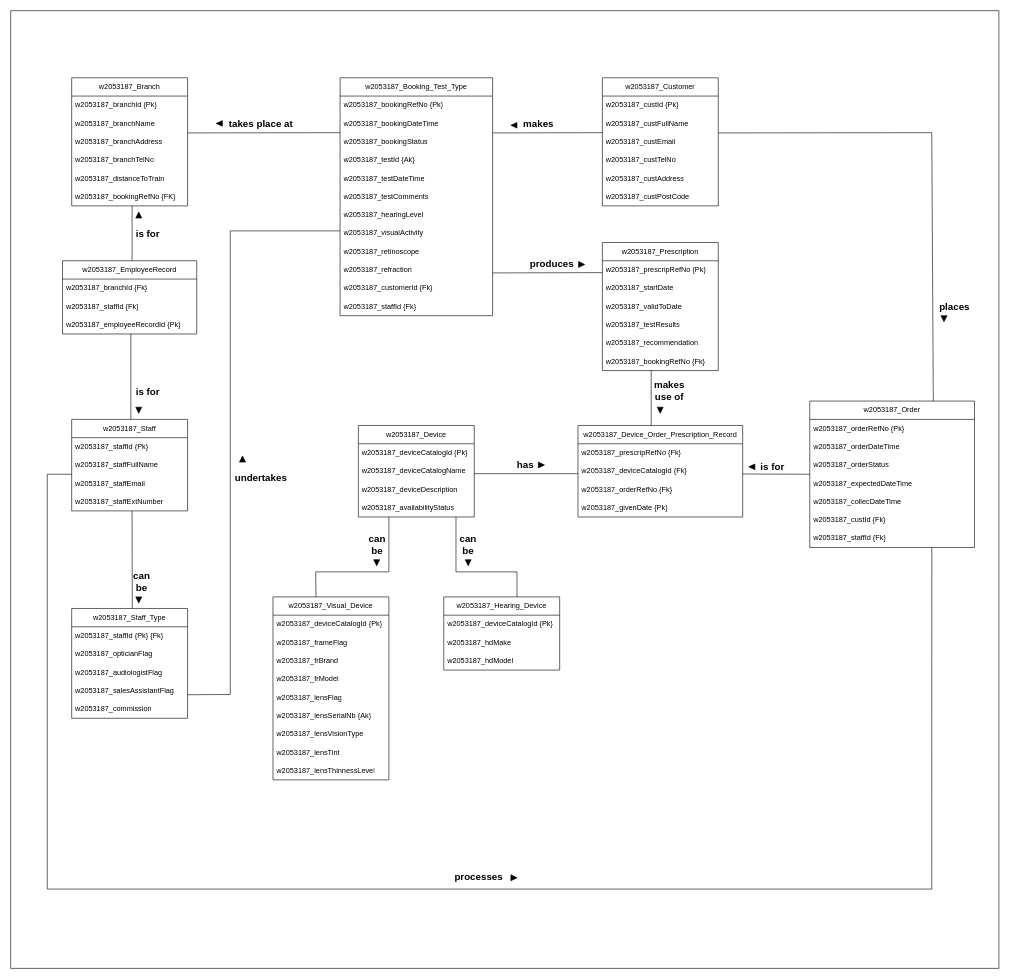
The draw.io diagram Part - II.drawio in ShenalSen/24_5COSC020_CWK, before the edit. Source tidied: cells renumbered, new cells numbered last; positions are measured from the earlier drawing's top-left corner, leaving out a move shared by most shapes. Both pictures are drawn from the tidied source at 61%, with x=0, y=0 at pixel (10, 10).
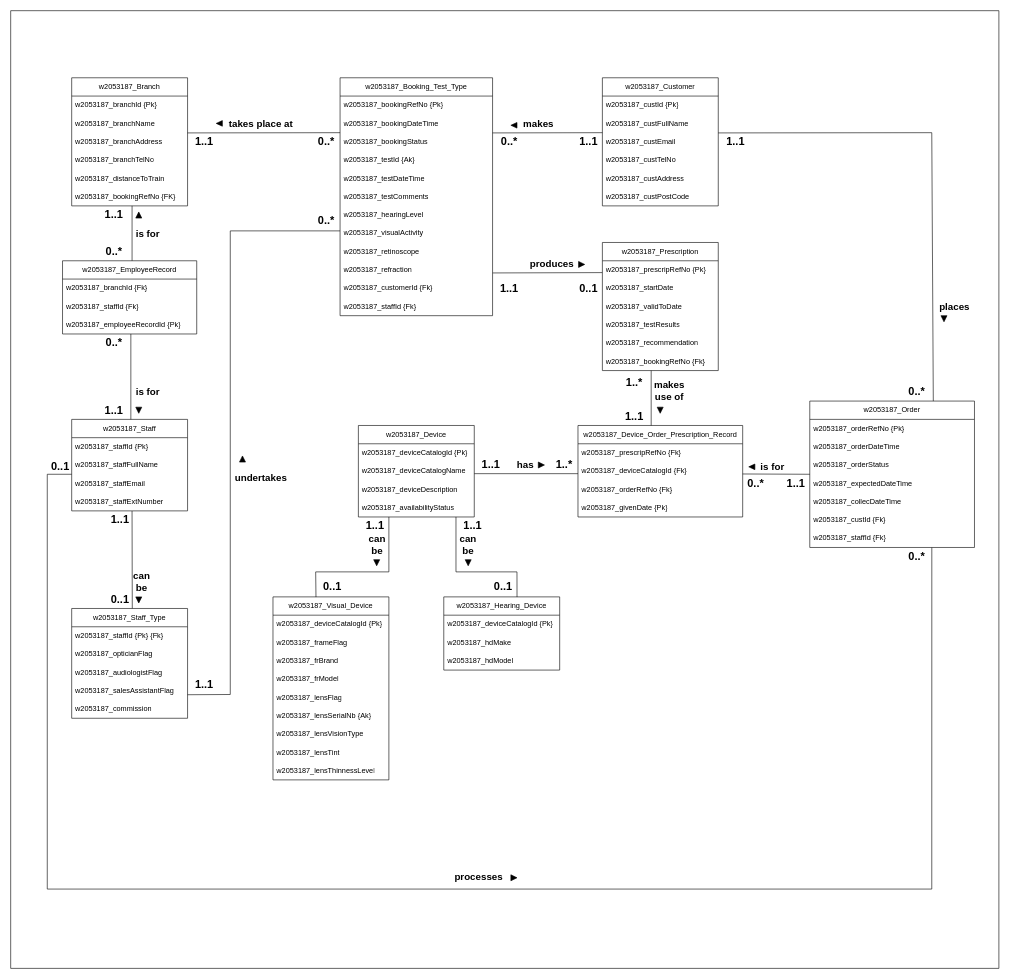
The same page after the edit.

Unchanged cells that the change refers to:
```xml
<mxCell id="125" style="swimlane;startSize=0;" parent="1" vertex="1">
  <mxGeometry width="1620" height="1570" as="geometry" />
</mxCell>
```

Diff of the diagram source:
```diff
@@
+    <mxCell id="126" value="&lt;font size=&quot;1&quot; style=&quot;&quot;&gt;&lt;b style=&quot;font-size: 18px;&quot;&gt;1..1&lt;/b&gt;&lt;/font&gt;" style="text;html=1;align=center;verticalAlign=middle;whiteSpace=wrap;rounded=0;" parent="125" vertex="1">
+      <mxGeometry x="121.5" y="320" width="94.5" height="30" as="geometry" />
+    </mxCell>
+    <mxCell id="127" value="&lt;font size=&quot;1&quot; style=&quot;&quot;&gt;&lt;b style=&quot;font-size: 18px;&quot;&gt;0..*&lt;/b&gt;&lt;/font&gt;" style="text;html=1;align=center;verticalAlign=middle;whiteSpace=wrap;rounded=0;" parent="125" vertex="1">
+      <mxGeometry x="121.5" y="380" width="94.5" height="30" as="geometry" />
+    </mxCell>
+    <mxCell id="128" value="&lt;font size=&quot;1&quot; style=&quot;&quot;&gt;&lt;b style=&quot;font-size: 18px;&quot;&gt;0..*&lt;/b&gt;&lt;/font&gt;" style="text;html=1;align=center;verticalAlign=middle;whiteSpace=wrap;rounded=0;" parent="125" vertex="1">
+      <mxGeometry x="121.5" y="530" width="94.5" height="30" as="geometry" />
+    </mxCell>
+    <mxCell id="129" value="&lt;font size=&quot;1&quot; style=&quot;&quot;&gt;&lt;b style=&quot;font-size: 18px;&quot;&gt;1..1&lt;/b&gt;&lt;/font&gt;" style="text;html=1;align=center;verticalAlign=middle;whiteSpace=wrap;rounded=0;" parent="125" vertex="1">
+      <mxGeometry x="121.5" y="640" width="94.5" height="30" as="geometry" />
+    </mxCell>
+    <mxCell id="130" value="&lt;font size=&quot;1&quot; style=&quot;&quot;&gt;&lt;b style=&quot;font-size: 18px;&quot;&gt;1..1&lt;/b&gt;&lt;/font&gt;" style="text;html=1;align=center;verticalAlign=middle;whiteSpace=wrap;rounded=0;" parent="125" vertex="1">
+      <mxGeometry x="131.5" y="820" width="94.5" height="30" as="geometry" />
+    </mxCell>
+    <mxCell id="131" value="&lt;font size=&quot;1&quot; style=&quot;&quot;&gt;&lt;b style=&quot;font-size: 18px;&quot;&gt;0..1&lt;/b&gt;&lt;/font&gt;" style="text;html=1;align=center;verticalAlign=middle;whiteSpace=wrap;rounded=0;" parent="125" vertex="1">
+      <mxGeometry x="34" y="732" width="94.5" height="30" as="geometry" />
+    </mxCell>
+    <mxCell id="132" value="&lt;font size=&quot;1&quot; style=&quot;&quot;&gt;&lt;b style=&quot;font-size: 18px;&quot;&gt;0..1&lt;/b&gt;&lt;/font&gt;" style="text;html=1;align=center;verticalAlign=middle;whiteSpace=wrap;rounded=0;" parent="125" vertex="1">
+      <mxGeometry x="131.5" y="950" width="94.5" height="30" as="geometry" />
+    </mxCell>
+    <mxCell id="133" value="&lt;font size=&quot;1&quot; style=&quot;&quot;&gt;&lt;b style=&quot;font-size: 18px;&quot;&gt;1..1&lt;/b&gt;&lt;/font&gt;" style="text;html=1;align=center;verticalAlign=middle;whiteSpace=wrap;rounded=0;" parent="125" vertex="1">
+      <mxGeometry x="270" y="1090" width="94.5" height="30" as="geometry" />
+    </mxCell>
+    <mxCell id="134" value="&lt;font size=&quot;1&quot; style=&quot;&quot;&gt;&lt;b style=&quot;font-size: 18px;&quot;&gt;1..1&lt;/b&gt;&lt;/font&gt;" style="text;html=1;align=center;verticalAlign=middle;whiteSpace=wrap;rounded=0;" parent="125" vertex="1">
+      <mxGeometry x="270" y="200" width="94.5" height="30" as="geometry" />
+    </mxCell>
+    <mxCell id="135" value="&lt;font size=&quot;1&quot; style=&quot;&quot;&gt;&lt;b style=&quot;font-size: 18px;&quot;&gt;0..*&lt;/b&gt;&lt;/font&gt;" style="text;html=1;align=center;verticalAlign=middle;whiteSpace=wrap;rounded=0;" parent="125" vertex="1">
+      <mxGeometry x="470" y="200" width="94.5" height="30" as="geometry" />
+    </mxCell>
+    <mxCell id="136" value="&lt;font size=&quot;1&quot; style=&quot;&quot;&gt;&lt;b style=&quot;font-size: 18px;&quot;&gt;0..*&lt;/b&gt;&lt;/font&gt;" style="text;html=1;align=center;verticalAlign=middle;whiteSpace=wrap;rounded=0;" parent="125" vertex="1">
+      <mxGeometry x="470" y="330" width="94.5" height="30" as="geometry" />
+    </mxCell>
+    <mxCell id="137" value="&lt;font size=&quot;1&quot; style=&quot;&quot;&gt;&lt;b style=&quot;font-size: 18px;&quot;&gt;0..*&lt;/b&gt;&lt;/font&gt;" style="text;html=1;align=center;verticalAlign=middle;whiteSpace=wrap;rounded=0;" parent="125" vertex="1">
+      <mxGeometry x="770" y="200" width="94.5" height="30" as="geometry" />
+    </mxCell>
+    <mxCell id="138" value="&lt;font size=&quot;1&quot; style=&quot;&quot;&gt;&lt;b style=&quot;font-size: 18px;&quot;&gt;1..1&lt;/b&gt;&lt;/font&gt;" style="text;html=1;align=center;verticalAlign=middle;whiteSpace=wrap;rounded=0;" parent="125" vertex="1">
+      <mxGeometry x="770" y="440" width="94.5" height="30" as="geometry" />
+    </mxCell>
+    <mxCell id="139" value="&lt;font size=&quot;1&quot; style=&quot;&quot;&gt;&lt;b style=&quot;font-size: 18px;&quot;&gt;1..1&lt;/b&gt;&lt;/font&gt;" style="text;html=1;align=center;verticalAlign=middle;whiteSpace=wrap;rounded=0;" parent="125" vertex="1">
+      <mxGeometry x="900" y="200" width="94.5" height="30" as="geometry" />
+    </mxCell>
+    <mxCell id="140" value="&lt;font size=&quot;1&quot; style=&quot;&quot;&gt;&lt;b style=&quot;font-size: 18px;&quot;&gt;1..1&lt;/b&gt;&lt;/font&gt;" style="text;html=1;align=center;verticalAlign=middle;whiteSpace=wrap;rounded=0;" parent="125" vertex="1">
+      <mxGeometry x="1141" y="200" width="94.5" height="30" as="geometry" />
+    </mxCell>
+    <mxCell id="141" value="&lt;font size=&quot;1&quot; style=&quot;&quot;&gt;&lt;b style=&quot;font-size: 18px;&quot;&gt;0..1&lt;/b&gt;&lt;/font&gt;" style="text;html=1;align=center;verticalAlign=middle;whiteSpace=wrap;rounded=0;" parent="125" vertex="1">
+      <mxGeometry x="900" y="440" width="94.5" height="30" as="geometry" />
+    </mxCell>
+    <mxCell id="142" value="&lt;font size=&quot;1&quot; style=&quot;&quot;&gt;&lt;b style=&quot;font-size: 18px;&quot;&gt;1..1&lt;/b&gt;&lt;/font&gt;" style="text;html=1;align=center;verticalAlign=middle;whiteSpace=wrap;rounded=0;" parent="125" vertex="1">
+      <mxGeometry x="740" y="730" width="94.5" height="30" as="geometry" />
+    </mxCell>
+    <mxCell id="143" value="&lt;font size=&quot;1&quot; style=&quot;&quot;&gt;&lt;b style=&quot;font-size: 18px;&quot;&gt;1..1&lt;/b&gt;&lt;/font&gt;" style="text;html=1;align=center;verticalAlign=middle;whiteSpace=wrap;rounded=0;" parent="125" vertex="1">
+      <mxGeometry x="710" y="830" width="94.5" height="30" as="geometry" />
+    </mxCell>
+    <mxCell id="144" value="&lt;font size=&quot;1&quot; style=&quot;&quot;&gt;&lt;b style=&quot;font-size: 18px;&quot;&gt;1..1&lt;/b&gt;&lt;/font&gt;" style="text;html=1;align=center;verticalAlign=middle;whiteSpace=wrap;rounded=0;" parent="125" vertex="1">
+      <mxGeometry x="550" y="830" width="94.5" height="30" as="geometry" />
+    </mxCell>
+    <mxCell id="145" value="&lt;font size=&quot;1&quot; style=&quot;&quot;&gt;&lt;b style=&quot;font-size: 18px;&quot;&gt;0..1&lt;/b&gt;&lt;/font&gt;" style="text;html=1;align=center;verticalAlign=middle;whiteSpace=wrap;rounded=0;" parent="125" vertex="1">
+      <mxGeometry x="480" y="930" width="94.5" height="30" as="geometry" />
+    </mxCell>
+    <mxCell id="146" value="&lt;font size=&quot;1&quot; style=&quot;&quot;&gt;&lt;b style=&quot;font-size: 18px;&quot;&gt;0..1&lt;/b&gt;&lt;/font&gt;" style="text;html=1;align=center;verticalAlign=middle;whiteSpace=wrap;rounded=0;" parent="125" vertex="1">
+      <mxGeometry x="760" y="930" width="94.5" height="30" as="geometry" />
+    </mxCell>
+    <mxCell id="147" value="&lt;font size=&quot;1&quot; style=&quot;&quot;&gt;&lt;b style=&quot;font-size: 18px;&quot;&gt;1..*&lt;/b&gt;&lt;/font&gt;" style="text;html=1;align=center;verticalAlign=middle;whiteSpace=wrap;rounded=0;" parent="125" vertex="1">
+      <mxGeometry x="859.5" y="730" width="94.5" height="30" as="geometry" />
+    </mxCell>
+    <mxCell id="148" value="&lt;font size=&quot;1&quot; style=&quot;&quot;&gt;&lt;b style=&quot;font-size: 18px;&quot;&gt;1..1&lt;/b&gt;&lt;/font&gt;" style="text;html=1;align=center;verticalAlign=middle;whiteSpace=wrap;rounded=0;" parent="125" vertex="1">
+      <mxGeometry x="975" y="650" width="94.5" height="30" as="geometry" />
+    </mxCell>
+    <mxCell id="149" value="&lt;font size=&quot;1&quot; style=&quot;&quot;&gt;&lt;b style=&quot;font-size: 18px;&quot;&gt;1..*&lt;/b&gt;&lt;/font&gt;" style="text;html=1;align=center;verticalAlign=middle;whiteSpace=wrap;rounded=0;" parent="125" vertex="1">
+      <mxGeometry x="975" y="595" width="94.5" height="30" as="geometry" />
+    </mxCell>
+    <mxCell id="150" value="&lt;font size=&quot;1&quot; style=&quot;&quot;&gt;&lt;b style=&quot;font-size: 18px;&quot;&gt;0..*&lt;/b&gt;&lt;/font&gt;" style="text;html=1;align=center;verticalAlign=middle;whiteSpace=wrap;rounded=0;" parent="125" vertex="1">
+      <mxGeometry x="1174" y="760" width="94.5" height="30" as="geometry" />
+    </mxCell>
+    <mxCell id="151" value="&lt;font size=&quot;1&quot; style=&quot;&quot;&gt;&lt;b style=&quot;font-size: 18px;&quot;&gt;1..1&lt;/b&gt;&lt;/font&gt;" style="text;html=1;align=center;verticalAlign=middle;whiteSpace=wrap;rounded=0;" parent="125" vertex="1">
+      <mxGeometry x="1240" y="760" width="94.5" height="30" as="geometry" />
+    </mxCell>
+    <mxCell id="152" value="&lt;font size=&quot;1&quot; style=&quot;&quot;&gt;&lt;b style=&quot;font-size: 18px;&quot;&gt;0..*&lt;/b&gt;&lt;/font&gt;" style="text;html=1;align=center;verticalAlign=middle;whiteSpace=wrap;rounded=0;" parent="125" vertex="1">
+      <mxGeometry x="1438" y="610" width="94.5" height="30" as="geometry" />
+    </mxCell>
+    <mxCell id="153" value="&lt;font size=&quot;1&quot; style=&quot;&quot;&gt;&lt;b style=&quot;font-size: 18px;&quot;&gt;0..*&lt;/b&gt;&lt;/font&gt;" style="text;html=1;align=center;verticalAlign=middle;whiteSpace=wrap;rounded=0;" parent="125" vertex="1">
+      <mxGeometry x="1438" y="880" width="94.5" height="30" as="geometry" />
+    </mxCell>
```
